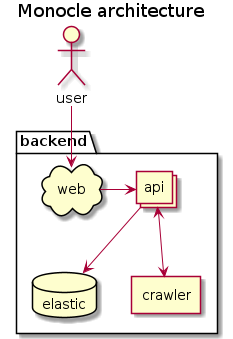
change-metrics/monocle keeps this PlantUML diagram as doc/architecture.png. Above is the earlier version.
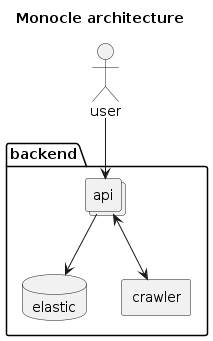
Later version of the same file.

The edit, as a diff of the source:
```diff
@@ -5,12 +5,10 @@
   database "elastic" as Datastore
   collections "api" as Api
   agent "crawler" as Worker
-  cloud "web" as Proxy
 }
 actor user as User
 
 Api --> Datastore
 Api <--> Worker
-Proxy -> Api
-User --> Proxy
+User --> Api
 @enduml
```
